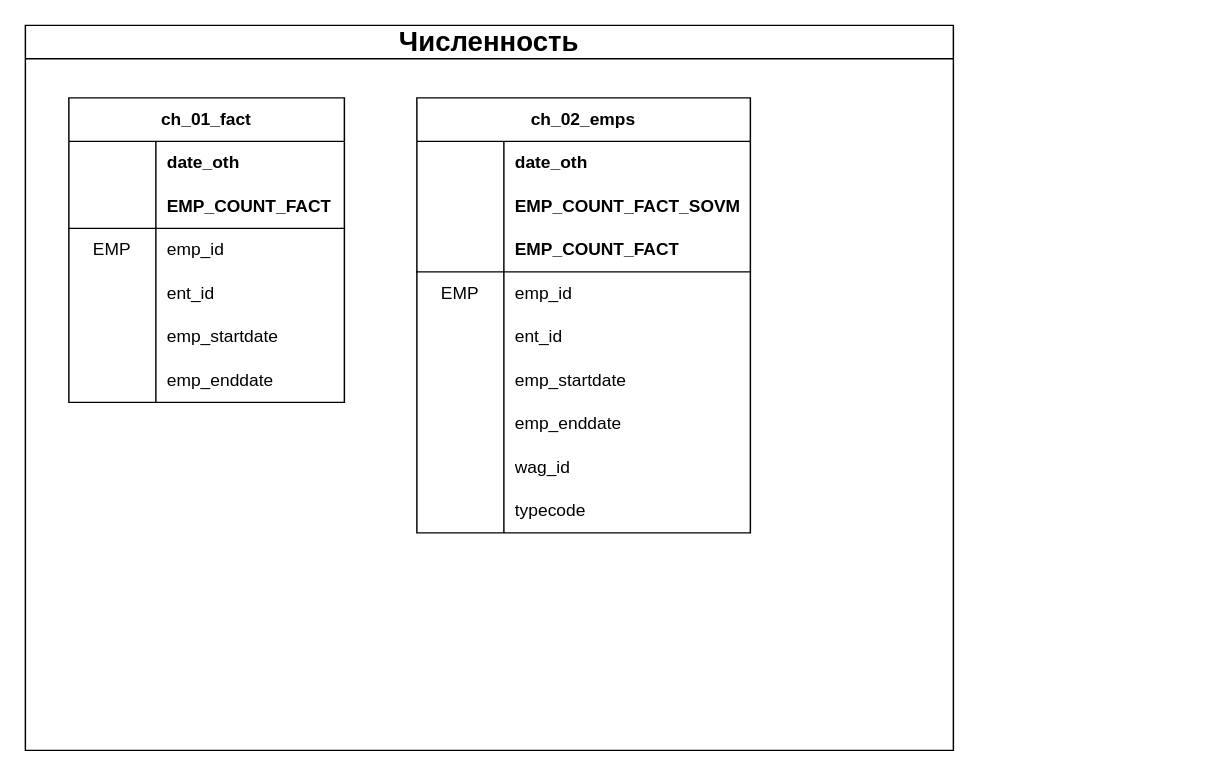
The draw.io diagram page "DataMart" (3 of 3) of HR_dataflow.drawio.xml in NEgorE/I1_CSC, before the edit. Source tidied: cells renumbered, new cells numbered last; positions are measured from the earlier drawing's top-left corner, leaving out a move shared by most shapes. Both pictures are drawn from the tidied source at 145%, with x=0, y=0 at pixel (25, 25).
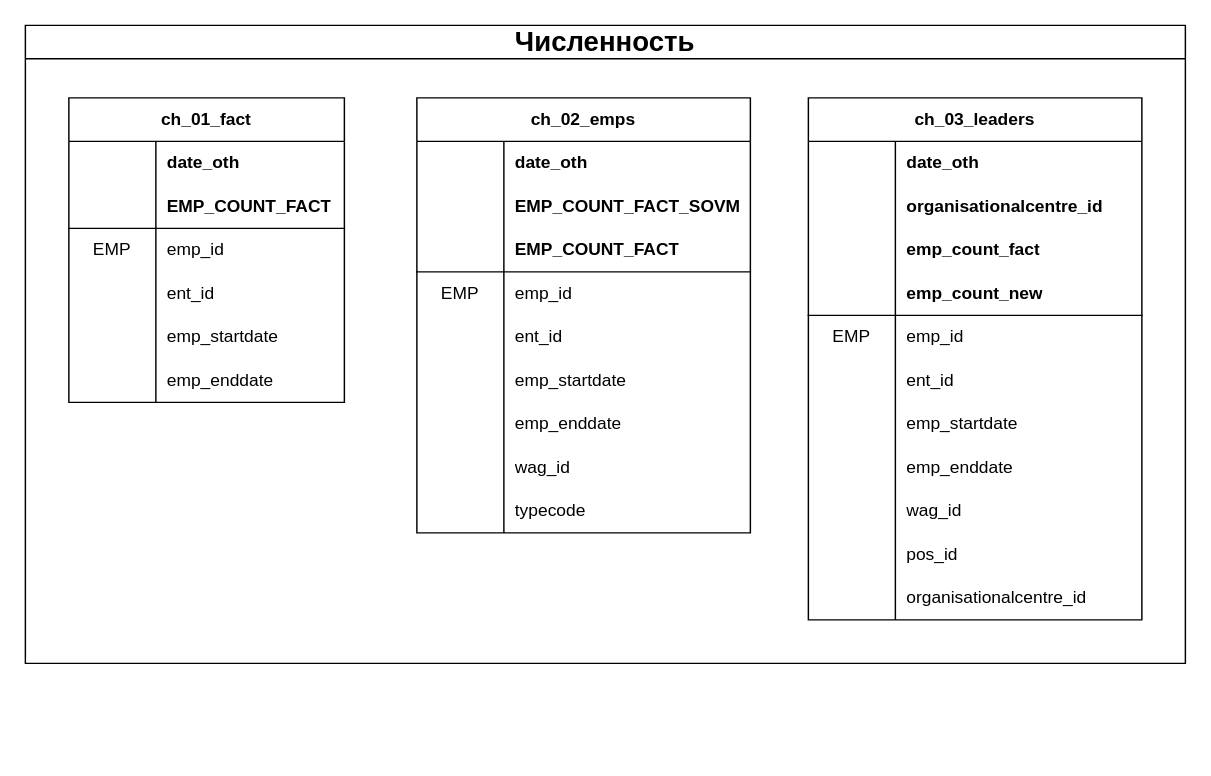
Above is the later version.

What changed in the source:
```diff
@@
     <mxCell id="2" value="Численность" style="swimlane;whiteSpace=wrap;html=1;fontSize=19;startSize=23;strokeWidth=1;" parent="1" vertex="1">
-      <mxGeometry width="640" height="500" as="geometry" />
+      <mxGeometry width="800" height="440" as="geometry" />
     </mxCell>
@@
+    <mxCell id="50" value="ch_03_leaders" style="shape=table;startSize=30;childLayout=tableLayout;rowLines=0;fontStyle=1;align=center;html=1;whiteSpace=wrap;" parent="1" vertex="1">
+      <mxGeometry x="540" y="50" width="230" height="360" as="geometry" />
+    </mxCell>
+    <mxCell id="51" style="shape=tableRow;horizontal=0;startSize=0;swimlaneHead=0;swimlaneBody=0;fillColor=none;top=0;left=0;right=0;bottom=0;html=1;" parent="50" vertex="1">
+      <mxGeometry y="30" width="230" height="30" as="geometry" />
+    </mxCell>
+    <mxCell id="52" style="shape=partialRectangle;fillColor=none;top=0;left=0;bottom=0;right=0;fontStyle=1;overflow=hidden;html=1;whiteSpace=wrap;" parent="51" vertex="1">
+      <mxGeometry width="60" height="30" as="geometry" />
+    </mxCell>
+    <mxCell id="53" value="date_oth" style="shape=partialRectangle;fillColor=none;top=0;left=0;bottom=0;right=0;align=left;spacingLeft=6;fontStyle=1;overflow=hidden;html=1;whiteSpace=wrap;" parent="51" vertex="1">
+      <mxGeometry x="60" width="170" height="30" as="geometry" />
+    </mxCell>
+    <mxCell id="54" style="shape=tableRow;horizontal=0;startSize=0;swimlaneHead=0;swimlaneBody=0;fillColor=none;top=0;left=0;right=0;bottom=0;html=1;" parent="50" vertex="1">
+      <mxGeometry y="60" width="230" height="30" as="geometry" />
+    </mxCell>
+    <mxCell id="55" style="shape=partialRectangle;fillColor=none;top=0;left=0;bottom=0;right=0;fontStyle=1;overflow=hidden;html=1;whiteSpace=wrap;" parent="54" vertex="1">
+      <mxGeometry width="60" height="30" as="geometry" />
+    </mxCell>
+    <mxCell id="56" value="organisationalcentre_id" style="shape=partialRectangle;fillColor=none;top=0;left=0;bottom=0;right=0;align=left;spacingLeft=6;fontStyle=1;overflow=hidden;html=1;whiteSpace=wrap;" parent="54" vertex="1">
+      <mxGeometry x="60" width="170" height="30" as="geometry" />
+    </mxCell>
+    <mxCell id="57" style="shape=tableRow;horizontal=0;startSize=0;swimlaneHead=0;swimlaneBody=0;fillColor=none;top=0;left=0;right=0;bottom=0;html=1;" parent="50" vertex="1">
+      <mxGeometry y="90" width="230" height="30" as="geometry" />
+    </mxCell>
+    <mxCell id="58" style="shape=partialRectangle;fillColor=none;top=0;left=0;bottom=0;right=0;fontStyle=1;overflow=hidden;html=1;whiteSpace=wrap;" parent="57" vertex="1">
+      <mxGeometry width="60" height="30" as="geometry" />
+    </mxCell>
+    <mxCell id="59" value="emp_count_fact" style="shape=partialRectangle;fillColor=none;top=0;left=0;bottom=0;right=0;align=left;spacingLeft=6;fontStyle=1;overflow=hidden;html=1;whiteSpace=wrap;" parent="57" vertex="1">
+      <mxGeometry x="60" width="170" height="30" as="geometry" />
+    </mxCell>
+    <mxCell id="60" style="shape=tableRow;horizontal=0;startSize=0;swimlaneHead=0;swimlaneBody=0;fillColor=none;top=0;left=0;right=0;bottom=1;html=1;" parent="50" vertex="1">
+      <mxGeometry y="120" width="230" height="30" as="geometry" />
+    </mxCell>
+    <mxCell id="61" style="shape=partialRectangle;fillColor=none;top=0;left=0;bottom=0;right=0;fontStyle=1;overflow=hidden;html=1;whiteSpace=wrap;" parent="60" vertex="1">
+      <mxGeometry width="60" height="30" as="geometry" />
+    </mxCell>
+    <mxCell id="62" value="emp_count_new" style="shape=partialRectangle;fillColor=none;top=0;left=0;bottom=0;right=0;align=left;spacingLeft=6;fontStyle=1;overflow=hidden;html=1;whiteSpace=wrap;" parent="60" vertex="1">
+      <mxGeometry x="60" width="170" height="30" as="geometry" />
+    </mxCell>
+    <mxCell id="63" style="shape=tableRow;horizontal=0;startSize=0;swimlaneHead=0;swimlaneBody=0;fillColor=none;top=0;left=0;right=0;bottom=0;html=1;" parent="50" vertex="1">
+      <mxGeometry y="150" width="230" height="30" as="geometry" />
+    </mxCell>
+    <mxCell id="64" value="EMP" style="shape=partialRectangle;fillColor=none;top=0;left=0;bottom=0;right=0;overflow=hidden;html=1;whiteSpace=wrap;" parent="63" vertex="1">
+      <mxGeometry width="60" height="30" as="geometry" />
+    </mxCell>
+    <mxCell id="65" value="emp_id" style="shape=partialRectangle;fillColor=none;top=0;left=0;bottom=0;right=0;align=left;spacingLeft=6;overflow=hidden;html=1;whiteSpace=wrap;" parent="63" vertex="1">
+      <mxGeometry x="60" width="170" height="30" as="geometry" />
+    </mxCell>
+    <mxCell id="66" style="shape=tableRow;horizontal=0;startSize=0;swimlaneHead=0;swimlaneBody=0;fillColor=none;top=0;left=0;right=0;bottom=0;html=1;" parent="50" vertex="1">
+      <mxGeometry y="180" width="230" height="30" as="geometry" />
+    </mxCell>
+    <mxCell id="67" style="shape=partialRectangle;fillColor=none;top=0;left=0;bottom=0;right=0;overflow=hidden;html=1;whiteSpace=wrap;" parent="66" vertex="1">
+      <mxGeometry width="60" height="30" as="geometry" />
+    </mxCell>
+    <mxCell id="68" value="ent_id" style="shape=partialRectangle;fillColor=none;top=0;left=0;bottom=0;right=0;align=left;spacingLeft=6;overflow=hidden;html=1;whiteSpace=wrap;" parent="66" vertex="1">
+      <mxGeometry x="60" width="170" height="30" as="geometry" />
+    </mxCell>
+    <mxCell id="69" style="shape=tableRow;horizontal=0;startSize=0;swimlaneHead=0;swimlaneBody=0;fillColor=none;top=0;left=0;right=0;bottom=0;html=1;" parent="50" vertex="1">
+      <mxGeometry y="210" width="230" height="30" as="geometry" />
+    </mxCell>
+    <mxCell id="70" style="shape=partialRectangle;fillColor=none;top=0;left=0;bottom=0;right=0;overflow=hidden;html=1;whiteSpace=wrap;" parent="69" vertex="1">
+      <mxGeometry width="60" height="30" as="geometry" />
+    </mxCell>
+    <mxCell id="71" value="emp_startdate" style="shape=partialRectangle;fillColor=none;top=0;left=0;bottom=0;right=0;align=left;spacingLeft=6;overflow=hidden;html=1;whiteSpace=wrap;" parent="69" vertex="1">
+      <mxGeometry x="60" width="170" height="30" as="geometry" />
+    </mxCell>
+    <mxCell id="72" style="shape=tableRow;horizontal=0;startSize=0;swimlaneHead=0;swimlaneBody=0;fillColor=none;top=0;left=0;right=0;bottom=0;html=1;" parent="50" vertex="1">
+      <mxGeometry y="240" width="230" height="30" as="geometry" />
+    </mxCell>
+    <mxCell id="73" style="shape=partialRectangle;fillColor=none;top=0;left=0;bottom=0;right=0;overflow=hidden;html=1;whiteSpace=wrap;" parent="72" vertex="1">
+      <mxGeometry width="60" height="30" as="geometry" />
+    </mxCell>
+    <mxCell id="74" value="emp_enddate" style="shape=partialRectangle;fillColor=none;top=0;left=0;bottom=0;right=0;align=left;spacingLeft=6;overflow=hidden;html=1;whiteSpace=wrap;" parent="72" vertex="1">
+      <mxGeometry x="60" width="170" height="30" as="geometry" />
+    </mxCell>
+    <mxCell id="75" style="shape=tableRow;horizontal=0;startSize=0;swimlaneHead=0;swimlaneBody=0;fillColor=none;top=0;left=0;right=0;bottom=0;html=1;" parent="50" vertex="1">
+      <mxGeometry y="270" width="230" height="30" as="geometry" />
+    </mxCell>
+    <mxCell id="76" style="shape=partialRectangle;fillColor=none;top=0;left=0;bottom=0;right=0;overflow=hidden;html=1;whiteSpace=wrap;" parent="75" vertex="1">
+      <mxGeometry width="60" height="30" as="geometry" />
+    </mxCell>
+    <mxCell id="77" value="wag_id" style="shape=partialRectangle;fillColor=none;top=0;left=0;bottom=0;right=0;align=left;spacingLeft=6;overflow=hidden;html=1;whiteSpace=wrap;" parent="75" vertex="1">
+      <mxGeometry x="60" width="170" height="30" as="geometry" />
+    </mxCell>
+    <mxCell id="78" style="shape=tableRow;horizontal=0;startSize=0;swimlaneHead=0;swimlaneBody=0;fillColor=none;top=0;left=0;right=0;bottom=0;html=1;" parent="50" vertex="1">
+      <mxGeometry y="300" width="230" height="30" as="geometry" />
+    </mxCell>
+    <mxCell id="79" style="shape=partialRectangle;fillColor=none;top=0;left=0;bottom=0;right=0;overflow=hidden;html=1;whiteSpace=wrap;" parent="78" vertex="1">
+      <mxGeometry width="60" height="30" as="geometry" />
+    </mxCell>
+    <mxCell id="80" value="pos_id" style="shape=partialRectangle;fillColor=none;top=0;left=0;bottom=0;right=0;align=left;spacingLeft=6;overflow=hidden;html=1;whiteSpace=wrap;" parent="78" vertex="1">
+      <mxGeometry x="60" width="170" height="30" as="geometry" />
+    </mxCell>
+    <mxCell id="81" style="shape=tableRow;horizontal=0;startSize=0;swimlaneHead=0;swimlaneBody=0;fillColor=none;top=0;left=0;right=0;bottom=0;html=1;" parent="50" vertex="1">
+      <mxGeometry y="330" width="230" height="30" as="geometry" />
+    </mxCell>
+    <mxCell id="82" style="shape=partialRectangle;fillColor=none;top=0;left=0;bottom=0;right=0;overflow=hidden;html=1;whiteSpace=wrap;" parent="81" vertex="1">
+      <mxGeometry width="60" height="30" as="geometry" />
+    </mxCell>
+    <mxCell id="83" value="organisationalcentre_id" style="shape=partialRectangle;fillColor=none;top=0;left=0;bottom=0;right=0;align=left;spacingLeft=6;overflow=hidden;html=1;whiteSpace=wrap;" parent="81" vertex="1">
+      <mxGeometry x="60" width="170" height="30" as="geometry" />
+    </mxCell>
```
